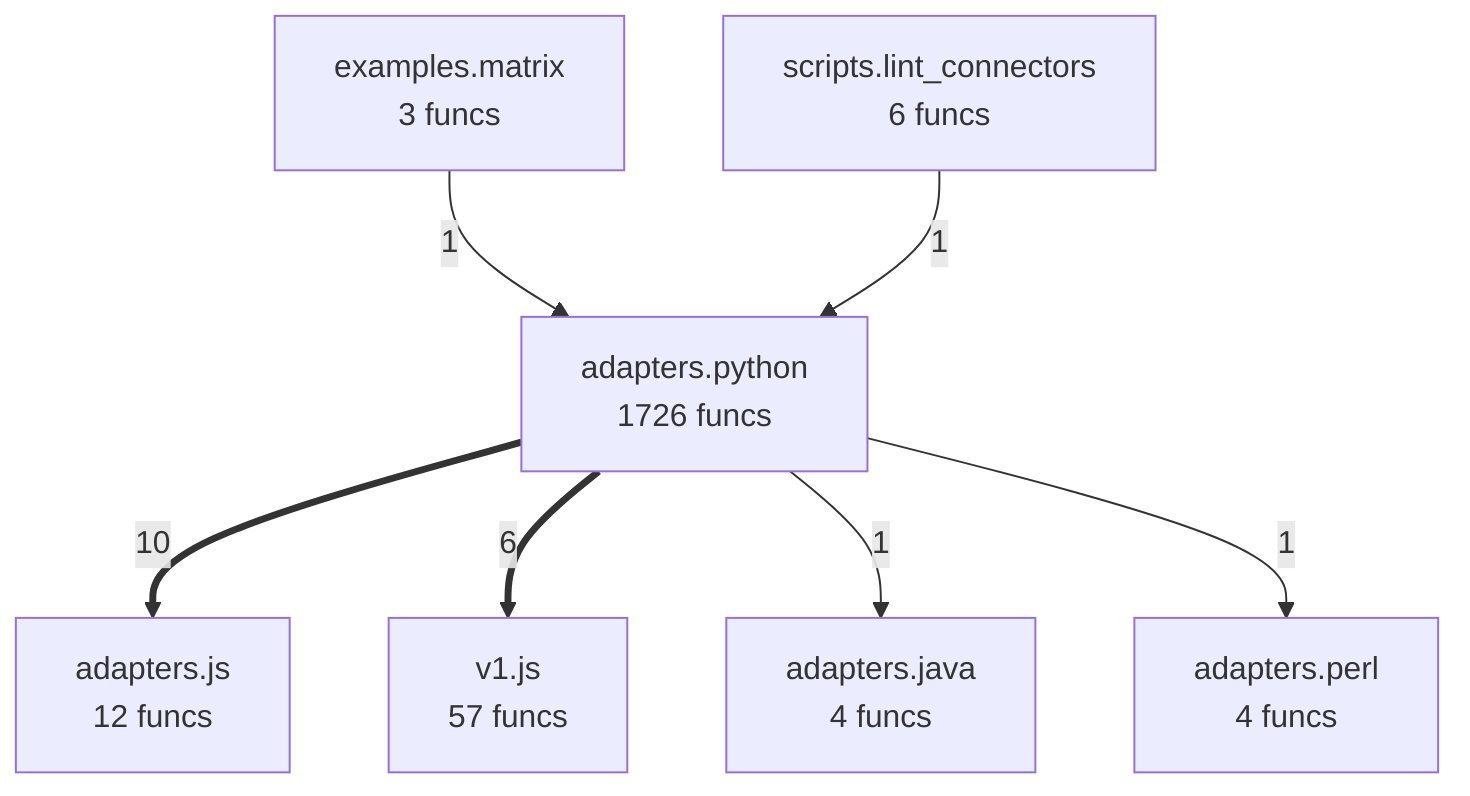
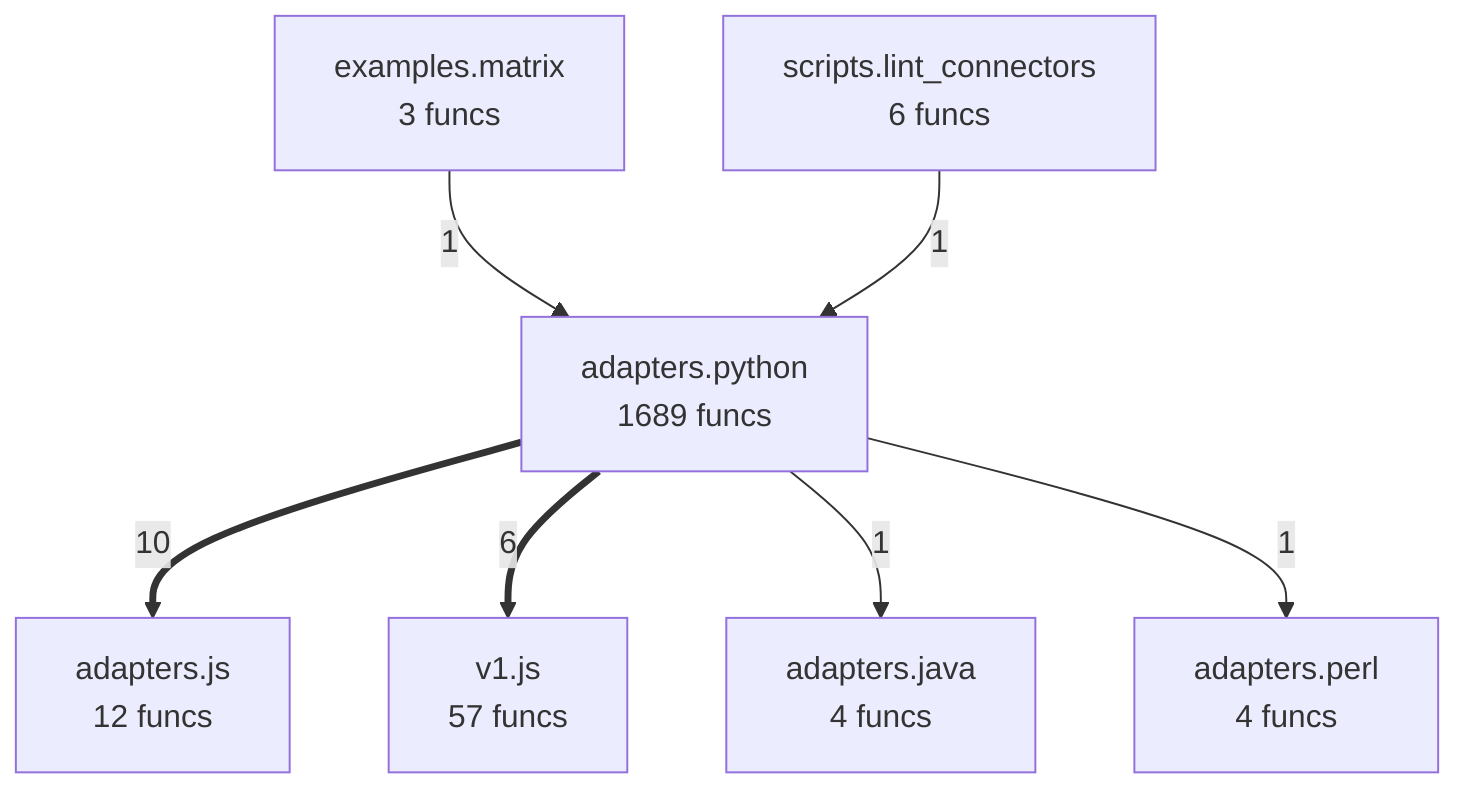
flowchart TD
%% generated in 0.04s
    adapters__java["adapters.java<br/>4 funcs"]
    adapters__js["adapters.js<br/>12 funcs"]
    adapters__perl["adapters.perl<br/>4 funcs"]
-     adapters__python["adapters.python<br/>1726 funcs"]
+     adapters__python["adapters.python<br/>1689 funcs"]
    examples__matrix["examples.matrix<br/>3 funcs"]
    scripts__lint_connectors["scripts.lint_connectors<br/>6 funcs"]
    v1__js["v1.js<br/>57 funcs"]
    adapters__python ==>|10| adapters__js
    adapters__python ==>|6| v1__js
    examples__matrix -->|1| adapters__python
    scripts__lint_connectors -->|1| adapters__python
    adapters__python -->|1| adapters__java
    adapters__python -->|1| adapters__perl
